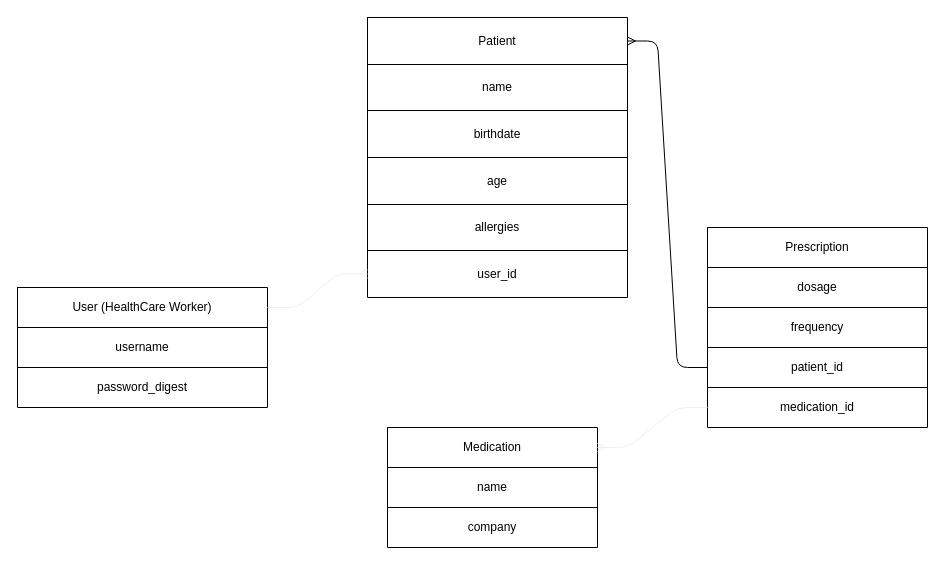
This is Table Relations.drawio from DavidRMorphew/healthcare_portal, a draw.io file, before an edit. Source tidied: cells renumbered, new cells numbered last; positions are measured from the earlier drawing's top-left corner, leaving out a move shared by most shapes. Both pictures are drawn from the tidied source at 100%, with x=0, y=0 at pixel (17, 17).
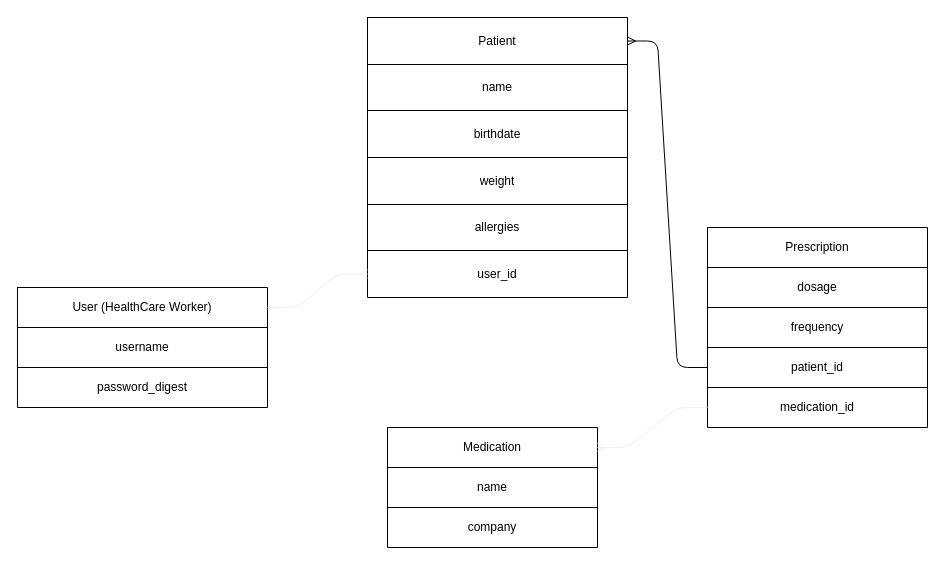
The same page after the edit.

Unchanged cells that the change refers to:
```xml
<mxCell id="16" style="shape=partialRectangle;html=1;whiteSpace=wrap;fillColor=none;top=0;left=0;bottom=0;right=0;" parent="9" vertex="1">
  <mxGeometry y="140" width="260" height="47" as="geometry" />
</mxCell>
```

The edit, as a diff of the source:
```diff
@@
-    <mxCell id="17" value="age" style="shape=partialRectangle;html=1;whiteSpace=wrap;overflow=hidden;fillColor=none;top=0;left=0;bottom=0;right=0;" parent="16" vertex="1">
+    <mxCell id="17" value="weight" style="shape=partialRectangle;html=1;whiteSpace=wrap;overflow=hidden;fillColor=none;top=0;left=0;bottom=0;right=0;" parent="16" vertex="1">
       <mxGeometry width="260" height="47" as="geometry" />
     </mxCell>
```
